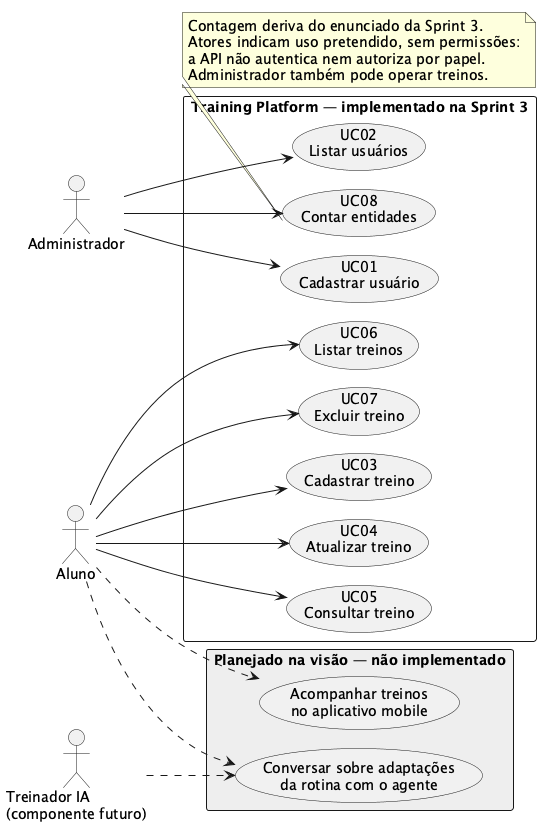
The PlantUML diagram docs/diagramas/diagrama-casos-de-uso.png in Miguelqfs/training-platform, before a commit.
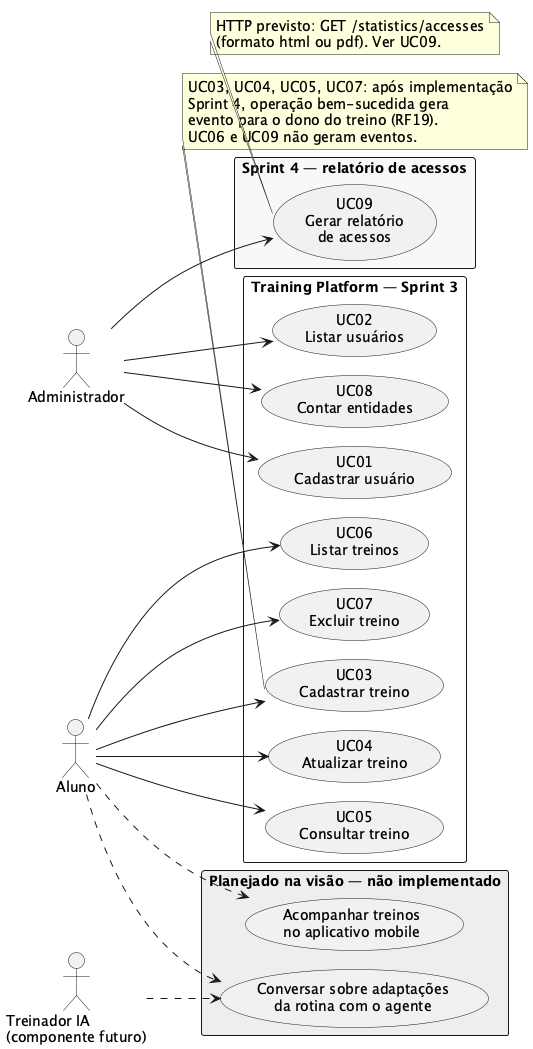
The same diagram one commit later.

Diff of the diagram source:
```diff
@@ -7,7 +7,7 @@
 actor Administrador
 actor "Treinador IA\n(componente futuro)" as IA
 
-rectangle "Training Platform — implementado na Sprint 3" {
+rectangle "Training Platform — Sprint 3" {
   usecase "UC01\nCadastrar usuário" as UC01
   usecase "UC02\nListar usuários" as UC02
   usecase "UC03\nCadastrar treino" as UC03
@@ -17,6 +17,9 @@
   usecase "UC07\nExcluir treino" as UC07
   usecase "UC08\nContar entidades" as UC08
 }
+rectangle "Sprint 4 — relatório de acessos" #F8F8F8 {
+  usecase "UC09\nGerar relatório\nde acessos" as UC09
+}
 rectangle "Planejado na visão — não implementado" #EEEEEE {
   usecase "Acompanhar treinos\nno aplicativo mobile" as FutureApp
   usecase "Conversar sobre adaptações\nda rotina com o agente" as FutureIA
@@ -24,6 +27,7 @@
 Administrador --> UC01
 Administrador --> UC02
 Administrador --> UC08
+Administrador --> UC09
 Aluno --> UC03
 Aluno --> UC04
 Aluno --> UC05
@@ -32,10 +36,14 @@
 Aluno ..> FutureApp
 Aluno ..> FutureIA
 IA ..> FutureIA
-note bottom of UC08
-  Contagem deriva do enunciado da Sprint 3.
-  Atores indicam uso pretendido, sem permissões:
-  a API não autentica nem autoriza por papel.
-  Administrador também pode operar treinos.
+note bottom of UC03
+  UC03, UC04, UC05, UC07: após implementação
+  Sprint 4, operação bem-sucedida gera
+  evento para o dono do treino (RF19).
+  UC06 e UC09 não geram eventos.
+end note
+note bottom of UC09
+  HTTP previsto: GET /statistics/accesses
+  (formato html ou pdf). Ver UC09.
 end note
 @enduml
```
